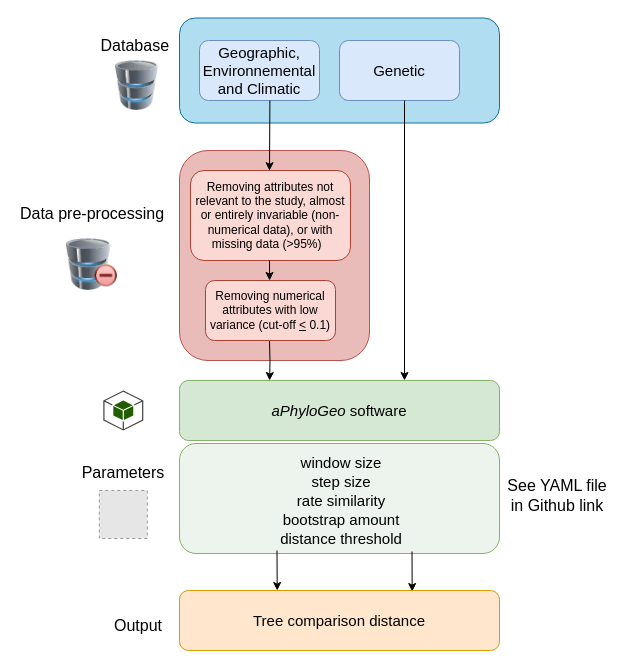
scipy-conference/scipy_proceedings keeps this draw.io diagram as papers/Gagnon_Kebe_Tahiri/diagram.drawio. Above is the earlier version. Source tidied: cells renumbered, new cells numbered last; positions are measured from the earlier drawing's top-left corner, leaving out a move shared by most shapes. Both pictures are drawn from the tidied source at 100%, with x=0, y=0 at pixel (16, 18). Pictures stored in the file or linked from it are replaced by grey dashed boxes.
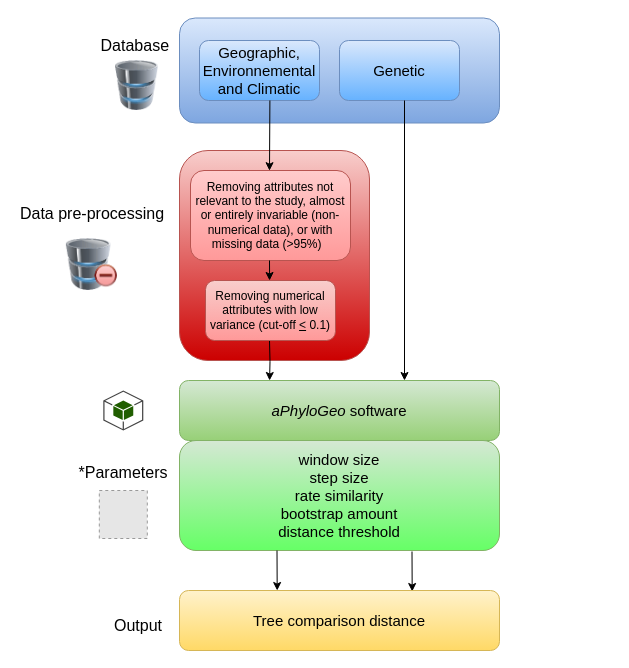
After the change.

Commit message:
Mettre à jour diagram.drawio

Change to the diagram source:
```diff
@@
-    <mxCell id="2" style="rounded=1;whiteSpace=wrap;html=1;fillColor=#e9bcba;strokeColor=#b85450;" parent="1" vertex="1">
+    <mxCell id="2" style="rounded=1;whiteSpace=wrap;html=1;fillColor=#f8cecc;strokeColor=#b85450;gradientColor=#CC0000;" parent="1" vertex="1">
       <mxGeometry x="163" y="132" width="190" height="210" as="geometry" />
     </mxCell>
-    <mxCell id="3" style="rounded=1;whiteSpace=wrap;html=1;fillColor=#b1ddf0;strokeColor=#10739e;" parent="1" vertex="1">
+    <mxCell id="3" style="rounded=1;whiteSpace=wrap;html=1;fillColor=#dae8fc;strokeColor=#6c8ebf;gradientColor=#7ea6e0;" parent="1" vertex="1">
       <mxGeometry x="163" y="-0.5" width="320" height="105" as="geometry" />
     </mxCell>
-    <mxCell id="4" value="&lt;font style=&quot;font-size: 15px;&quot;&gt;Geographic, Environnemental and Climatic&lt;/font&gt;" style="rounded=1;whiteSpace=wrap;html=1;fillColor=#dae8fc;strokeColor=#6c8ebf;" parent="1" vertex="1">
+    <mxCell id="4" value="&lt;font style=&quot;font-size: 15px;&quot;&gt;Geographic, Environnemental and Climatic&lt;/font&gt;" style="rounded=1;whiteSpace=wrap;html=1;fillColor=#dae8fc;strokeColor=#6c8ebf;gradientColor=#66B2FF;" parent="1" vertex="1">
       <mxGeometry x="183" y="22" width="120" height="60" as="geometry" />
     </mxCell>
-    <mxCell id="5" value="&lt;font style=&quot;font-size: 15px;&quot;&gt;Genetic&lt;/font&gt;" style="rounded=1;whiteSpace=wrap;html=1;fillColor=#dae8fc;strokeColor=#6c8ebf;" parent="1" vertex="1">
+    <mxCell id="5" value="&lt;font style=&quot;font-size: 15px;&quot;&gt;Genetic&lt;/font&gt;" style="rounded=1;whiteSpace=wrap;html=1;fillColor=#dae8fc;strokeColor=#6c8ebf;gradientColor=#66B2FF;" parent="1" vertex="1">
       <mxGeometry x="323" y="22" width="120" height="60" as="geometry" />
     </mxCell>
-    <mxCell id="6" value="Removing attributes not relevant to the study, almost or entirely invariable (non-numerical data), or with missing data (&amp;gt;95%)&amp;nbsp;&amp;nbsp;" style="rounded=1;whiteSpace=wrap;html=1;fillColor=#fad9d5;strokeColor=#ae4132;" parent="1" vertex="1">
+    <mxCell id="6" value="Removing attributes not relevant to the study, almost or entirely invariable (non-numerical data), or with missing data (&amp;gt;95%)&amp;nbsp;&amp;nbsp;" style="rounded=1;whiteSpace=wrap;html=1;fillColor=#FFCCCC;strokeColor=#b85450;gradientColor=#FF9999;" parent="1" vertex="1">
       <mxGeometry x="174" y="152" width="160" height="90" as="geometry" />
     </mxCell>
@@
-    <mxCell id="8" value="&lt;div style=&quot;&quot;&gt;&lt;span style=&quot;background-color: initial;&quot;&gt;Removing numerical attributes with low variance (cut-off &lt;u&gt;&amp;lt;&lt;/u&gt; 0.1)&lt;/span&gt;&lt;/div&gt;" style="rounded=1;whiteSpace=wrap;html=1;fillColor=#fad9d5;strokeColor=#ae4132;align=center;" parent="1" vertex="1">
+    <mxCell id="8" value="&lt;div style=&quot;&quot;&gt;&lt;span style=&quot;background-color: initial;&quot;&gt;Removing numerical attributes with low variance (cut-off &lt;u&gt;&amp;lt;&lt;/u&gt; 0.1)&lt;/span&gt;&lt;/div&gt;" style="rounded=1;whiteSpace=wrap;html=1;fillColor=#f8cecc;strokeColor=#b85450;align=center;gradientColor=#FF9999;" parent="1" vertex="1">
       <mxGeometry x="189" y="262" width="130" height="60" as="geometry" />
     </mxCell>
@@
-    <mxCell id="11" value="&lt;font style=&quot;font-size: 15px;&quot;&gt;&lt;i&gt;aPhyloGeo&lt;/i&gt; software&lt;/font&gt;" style="rounded=1;whiteSpace=wrap;html=1;fillColor=#d5e8d4;strokeColor=#82b366;" parent="1" vertex="1">
+    <mxCell id="11" value="&lt;font style=&quot;font-size: 15px;&quot;&gt;&lt;i&gt;aPhyloGeo&lt;/i&gt; software&lt;/font&gt;" style="rounded=1;whiteSpace=wrap;html=1;fillColor=#d5e8d4;strokeColor=#82b366;gradientColor=#97d077;" parent="1" vertex="1">
       <mxGeometry x="163" y="362" width="320" height="60" as="geometry" />
     </mxCell>
@@
-    <mxCell id="13" value="&lt;div style=&quot;margin-top: 0px; margin-bottom: 0px; padding-left: 0px; padding-right: 0px;&quot;&gt;&lt;br&gt;&lt;/div&gt;" style="rounded=1;whiteSpace=wrap;html=1;align=center;fillColor=#edf3ed;strokeColor=#82b366;" parent="1" vertex="1">
-      <mxGeometry x="163" y="425" width="320" height="110" as="geometry" />
+    <mxCell id="13" value="&lt;div style=&quot;margin-top: 0px; margin-bottom: 0px; padding-left: 0px; padding-right: 0px;&quot;&gt;&lt;span style=&quot;background-color: initial; font-size: 15px;&quot;&gt;window size&lt;br&gt;&lt;/span&gt;&lt;span style=&quot;background-color: initial; font-size: 15px;&quot;&gt;step size&lt;br&gt;&lt;/span&gt;&lt;span style=&quot;background-color: initial; font-size: 15px;&quot;&gt;rate similarity&lt;/span&gt;&lt;br style=&quot;font-size: 16px;&quot;&gt;&lt;span style=&quot;background-color: initial; font-size: 15px;&quot;&gt;bootstrap amount&lt;/span&gt;&lt;br style=&quot;font-size: 16px;&quot;&gt;&lt;span style=&quot;background-color: initial; font-size: 15px;&quot;&gt;distance threshold&lt;/span&gt;&lt;br&gt;&lt;/div&gt;" style="rounded=1;whiteSpace=wrap;html=1;align=center;fillColor=#d5e8d4;strokeColor=#82b366;gradientColor=#66FF66;" parent="1" vertex="1">
+      <mxGeometry x="163" y="422" width="320" height="110" as="geometry" />
     </mxCell>
-    <mxCell id="14" value="&lt;span style=&quot;font-size: 15px; background-color: initial;&quot;&gt;window size&lt;br&gt;&lt;/span&gt;&lt;span style=&quot;font-size: 15px; background-color: initial;&quot;&gt;step size&lt;br&gt;&lt;/span&gt;&lt;span style=&quot;font-size: 15px; background-color: initial;&quot;&gt;rate similarity&lt;/span&gt;&lt;br&gt;&lt;span style=&quot;font-size: 15px; background-color: initial;&quot;&gt;bootstrap amount&lt;/span&gt;&lt;br&gt;&lt;span style=&quot;font-size: 15px; background-color: initial;&quot;&gt;distance threshold&lt;/span&gt;" style="text;html=1;align=center;verticalAlign=middle;whiteSpace=wrap;rounded=0;fontSize=16;" parent="1" vertex="1">
-      <mxGeometry x="175.5" y="432" width="297.5" height="100" as="geometry" />
-    </mxCell>
@@
-    <mxCell id="17" value="&lt;font style=&quot;font-size: 15px;&quot;&gt;Tree comparison distance&lt;/font&gt;" style="rounded=1;whiteSpace=wrap;html=1;fillColor=#ffe6cc;strokeColor=#d79b00;" parent="1" vertex="1">
+    <mxCell id="17" value="&lt;font style=&quot;font-size: 15px;&quot;&gt;Tree comparison distance&lt;/font&gt;" style="rounded=1;whiteSpace=wrap;html=1;fillColor=#fff2cc;strokeColor=#d6b656;gradientColor=#ffd966;" parent="1" vertex="1">
       <mxGeometry x="163" y="572" width="320" height="60" as="geometry" />
     </mxCell>
@@
-    <mxCell id="21" value="Parameters" style="text;html=1;align=center;verticalAlign=middle;whiteSpace=wrap;rounded=0;fontSize=16;" parent="1" vertex="1">
+    <mxCell id="21" value="*Parameters" style="text;html=1;align=center;verticalAlign=middle;whiteSpace=wrap;rounded=0;fontSize=16;" parent="1" vertex="1">
       <mxGeometry x="63" y="429" width="87.5" height="50" as="geometry" />
     </mxCell>
-    <mxCell id="22" value="See YAML file in Github link" style="text;html=1;align=center;verticalAlign=middle;whiteSpace=wrap;rounded=0;fontSize=16;" parent="1" vertex="1">
-      <mxGeometry x="485.5" y="452" width="110" height="50" as="geometry" />
-    </mxCell>
```
